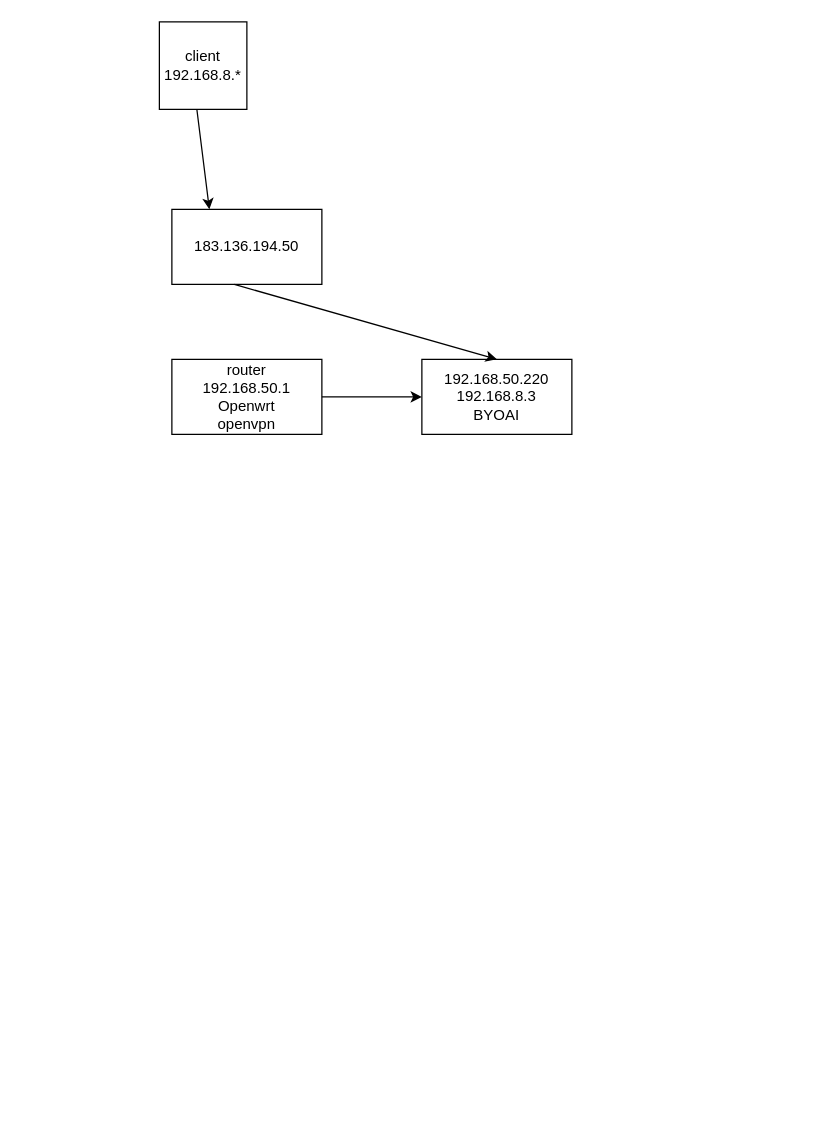
The draw.io diagram vpn-diagram.drawio in QAlexBall/diagrams, before the edit. Source tidied: cells renumbered, new cells numbered last; positions are measured from the earlier drawing's top-left corner, leaving out a move shared by most shapes. Both pictures are drawn from the tidied source at 125%, with x=0, y=0 at pixel (159, 21).
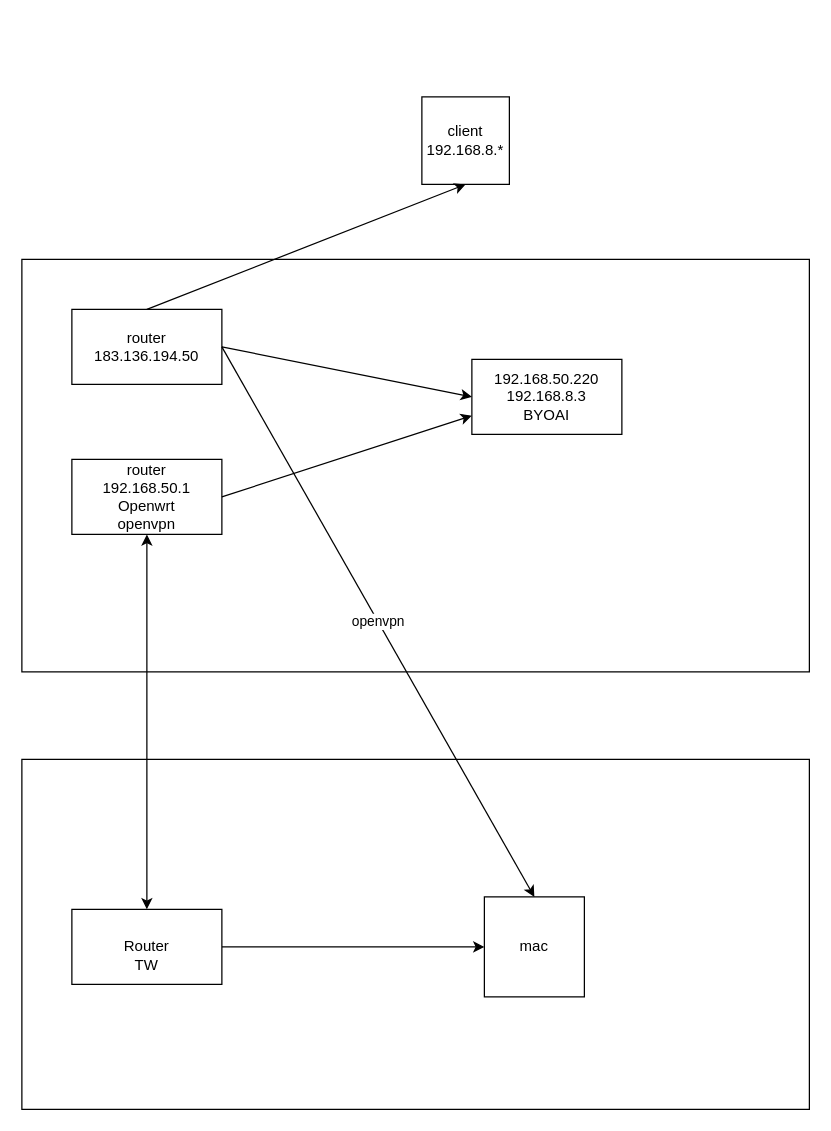
After the change.

The edit, as a diff of the source:
```diff
@@
 <mxGraphModel>
   <root>
     <mxCell id="0" />
     <mxCell id="1" parent="0" />
     <mxCell id="2" value="router&lt;br&gt;192.168.50.1&lt;br&gt;Openwrt&lt;br&gt;openvpn" style="rounded=0;whiteSpace=wrap;html=1;" parent="1" vertex="1">
-      <mxGeometry x="10" y="270" width="120" height="60" as="geometry" />
+      <mxGeometry x="-70" y="350" width="120" height="60" as="geometry" />
     </mxCell>
-    <mxCell id="3" value="183.136.194.50" style="rounded=0;whiteSpace=wrap;html=1;" parent="1" vertex="1">
-      <mxGeometry x="10" y="150" width="120" height="60" as="geometry" />
+    <mxCell id="3" value="router&lt;br&gt;183.136.194.50" style="rounded=0;whiteSpace=wrap;html=1;" parent="1" vertex="1">
+      <mxGeometry x="-70" y="230" width="120" height="60" as="geometry" />
     </mxCell>
     <mxCell id="4" value="client&lt;br&gt;192.168.8.*" style="whiteSpace=wrap;html=1;" parent="1" vertex="1">
-      <mxGeometry width="70" height="70" as="geometry" />
+      <mxGeometry x="210" y="60" width="70" height="70" as="geometry" />
     </mxCell>
     <mxCell id="5" value="192.168.50.220&lt;br&gt;192.168.8.3&lt;br&gt;BYOAI" style="rounded=0;whiteSpace=wrap;html=1;" parent="1" vertex="1">
-      <mxGeometry x="210" y="270" width="120" height="60" as="geometry" />
+      <mxGeometry x="250" y="270" width="120" height="60" as="geometry" />
     </mxCell>
-    <mxCell id="6" style="endArrow=classic;html=1;entryX=0.25;entryY=0;entryDx=0;entryDy=0;" parent="1" edge="1" target="3">
-      <mxGeometry relative="1" as="geometry">
-        <mxPoint x="30" y="70" as="sourcePoint" />
-      </mxGeometry>
+    <mxCell id="6" style="endArrow=classic;html=1;entryX=0.5;entryY=1;entryDx=0;entryDy=0;exitX=0.5;exitY=0;exitDx=0;exitDy=0;" parent="1" edge="1" source="3" target="4">
+      <mxGeometry relative="1" as="geometry" />
     </mxCell>
-    <mxCell id="7" style="endArrow=classic;html=1;entryX=0.5;entryY=0;entryDx=0;entryDy=0;" parent="1" edge="1" target="5">
-      <mxGeometry relative="1" as="geometry">
-        <mxPoint x="60" y="210" as="sourcePoint" />
-      </mxGeometry>
+    <mxCell id="7" style="endArrow=classic;html=1;entryX=0;entryY=0.75;entryDx=0;entryDy=0;exitX=1;exitY=0.5;exitDx=0;exitDy=0;" parent="1" edge="1" source="2" target="5">
+      <mxGeometry relative="1" as="geometry" />
     </mxCell>
-    <mxCell id="8" style="endArrow=classic;html=1;" parent="1" edge="1" target="5">
-      <mxGeometry relative="1" as="geometry">
-        <mxPoint x="130" y="300" as="sourcePoint" />
-      </mxGeometry>
+    <mxCell id="8" style="endArrow=classic;html=1;exitX=1;exitY=0.5;exitDx=0;exitDy=0;entryX=0;entryY=0.5;entryDx=0;entryDy=0;" parent="1" edge="1" source="3" target="5">
+      <mxGeometry relative="1" as="geometry" />
     </mxCell>
+    <mxCell id="9" value="mac" style="whiteSpace=wrap;html=1;" parent="1" vertex="1">
+      <mxGeometry x="260" y="700" width="80" height="80" as="geometry" />
+    </mxCell>
+    <mxCell id="10" style="endArrow=classic;html=1;entryX=0;entryY=0.5;entryDx=0;entryDy=0;exitX=1;exitY=0.5;exitDx=0;exitDy=0;" parent="1" edge="1" source="14" target="9">
+      <mxGeometry relative="1" as="geometry" />
+    </mxCell>
+    <mxCell id="11" style="endArrow=classic;html=1;entryX=0.5;entryY=0;entryDx=0;entryDy=0;exitX=1;exitY=0.5;exitDx=0;exitDy=0;" parent="1" edge="1" source="3" target="9">
+      <mxGeometry relative="1" as="geometry" />
+    </mxCell>
+    <mxCell id="12" value="openvpn" style="edgeLabel;html=1;align=center;verticalAlign=middle;" parent="11" vertex="1">
+      <mxGeometry relative="1" as="geometry" />
+    </mxCell>
+    <mxCell id="13" style="endArrow=classic;startArrow=classic;html=1;exitX=0.5;exitY=0;exitDx=0;exitDy=0;entryX=0.5;entryY=1;entryDx=0;entryDy=0;" parent="1" edge="1" source="14" target="2">
+      <mxGeometry relative="1" as="geometry" />
+    </mxCell>
+    <mxCell id="14" value="&lt;br&gt;Router&lt;br&gt;TW" style="rounded=0;whiteSpace=wrap;html=1;" parent="1" vertex="1">
+      <mxGeometry x="-70" y="710" width="120" height="60" as="geometry" />
+    </mxCell>
+    <mxCell id="15" style="rounded=0;whiteSpace=wrap;html=1;shadow=0;fillColor=none;" parent="1" vertex="1">
+      <mxGeometry x="-110" y="190" width="630" height="330" as="geometry" />
+    </mxCell>
+    <mxCell id="16" style="rounded=0;whiteSpace=wrap;html=1;shadow=0;fillColor=none;" parent="1" vertex="1">
+      <mxGeometry x="-110" y="590" width="630" height="280" as="geometry" />
+    </mxCell>
   </root>
 </mxGraphModel>
```
